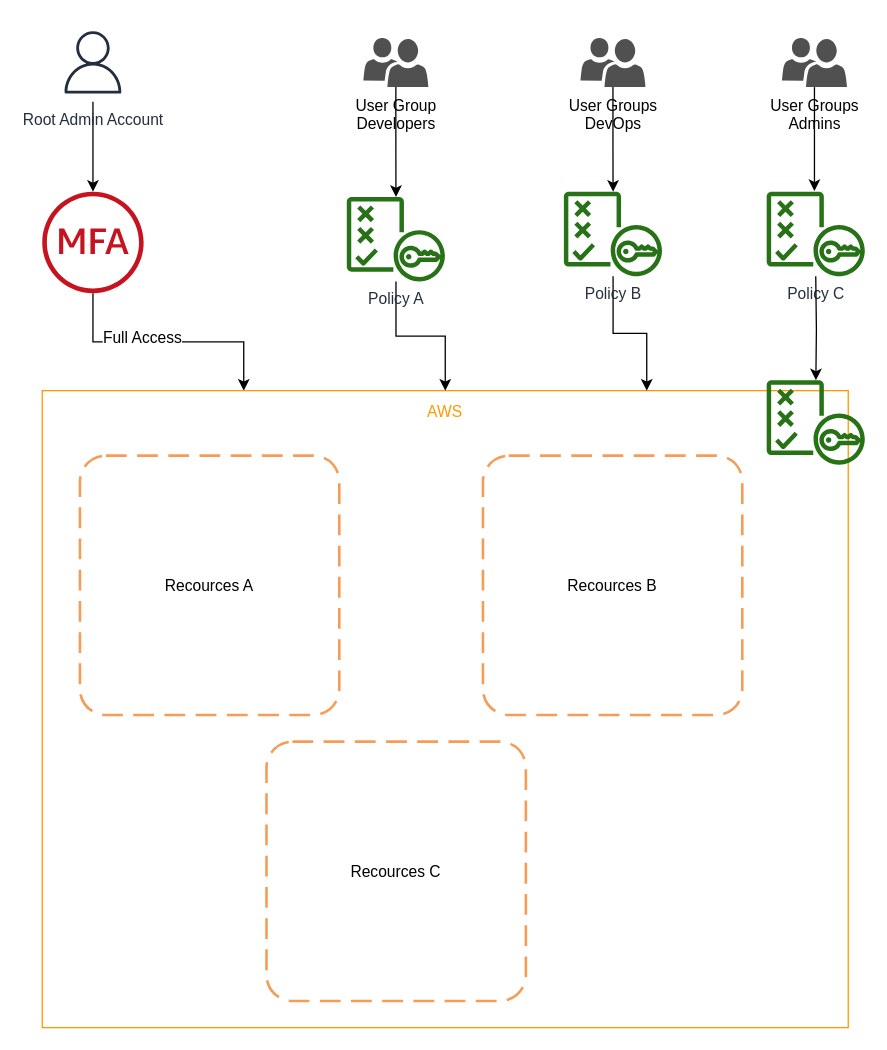
Before: IAM.drawio in pranabeshnath/ImageSearch, a draw.io diagram. Source tidied: cells renumbered, new cells numbered last; positions are measured from the earlier drawing's top-left corner, leaving out a move shared by most shapes. Both pictures are drawn from the tidied source at 130%, with x=0, y=0 at pixel (42, 23).
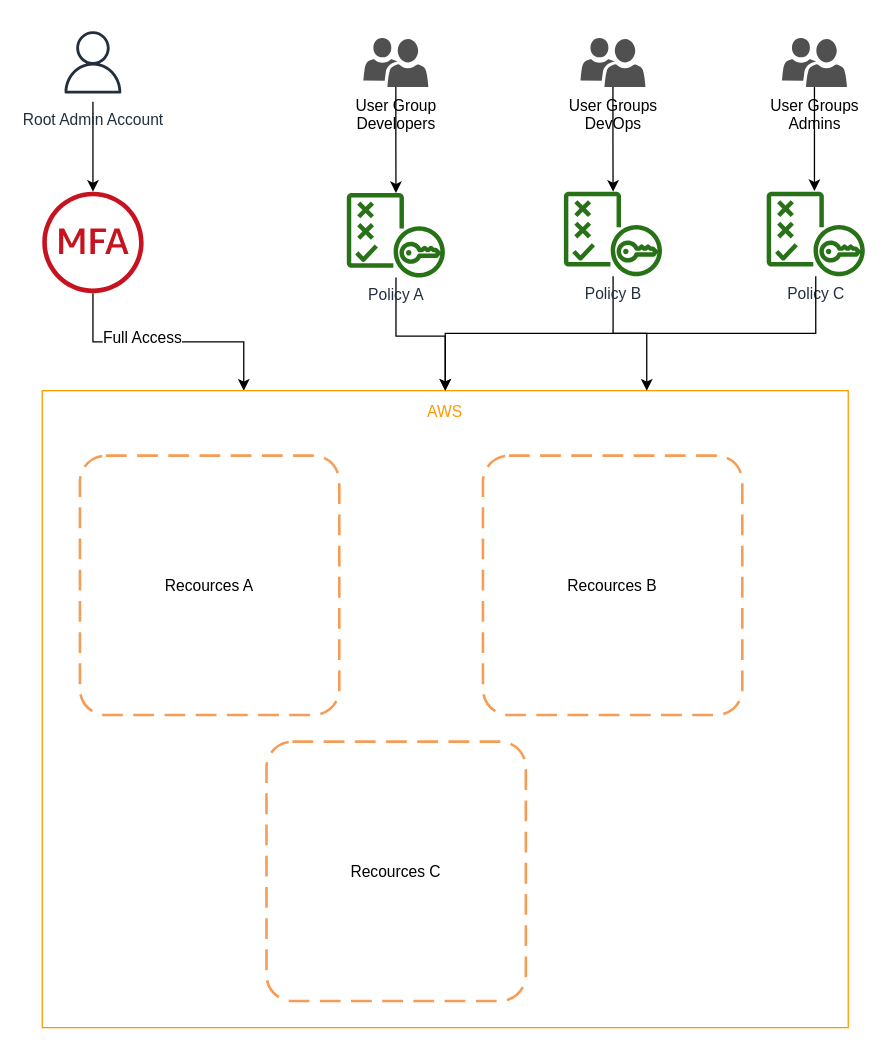
The same page after the edit.

Unchanged cells that the change refers to:
```xml
<mxCell id="9" value="AWS" style="outlineConnect=0;gradientColor=none;html=1;whiteSpace=wrap;fontSize=12;fontStyle=0;strokeColor=#FF9900;fillColor=none;verticalAlign=top;align=center;fontColor=#FF9900;dashed=0;spacingTop=3;" parent="1" vertex="1">
  <mxGeometry y="282" width="620" height="490" as="geometry" />
</mxCell>
```

The edit, as a diff of the source:
```diff
@@
     <mxCell id="17" style="edgeStyle=orthogonalEdgeStyle;rounded=0;jettySize=auto;html=1;" parent="1" edge="1" source="18" target="9">
-      <mxGeometry relative="1" as="geometry" />
+      <mxGeometry relative="1" as="geometry">
+        <Array as="points">
+          <mxPoint x="272" y="240" />
+          <mxPoint x="310" y="240" />
+        </Array>
+      </mxGeometry>
     </mxCell>
     <mxCell id="18" value="Policy A" style="outlineConnect=0;fontColor=#232F3E;gradientColor=none;fillColor=#277116;strokeColor=none;dashed=0;verticalLabelPosition=bottom;verticalAlign=top;align=center;html=1;fontSize=12;fontStyle=0;shape=mxgraph.aws4.policy;" parent="1" vertex="1">
-      <mxGeometry x="234" y="133" width="76" height="65" as="geometry" />
+      <mxGeometry x="234" y="130" width="76" height="65" as="geometry" />
     </mxCell>
@@
-    <mxCell id="22" style="edgeStyle=orthogonalEdgeStyle;rounded=0;jettySize=auto;html=1;" parent="1" edge="1" target="23">
+    <mxCell id="22" style="edgeStyle=orthogonalEdgeStyle;rounded=0;jettySize=auto;html=1;" parent="1" edge="1" target="9">
       <mxGeometry relative="1" as="geometry">
         <mxPoint x="595" y="194" as="sourcePoint" />
+        <Array as="points">
+          <mxPoint x="595" y="238" />
+          <mxPoint x="310" y="238" />
+        </Array>
       </mxGeometry>
     </mxCell>
-    <mxCell id="23" style="outlineConnect=0;fontColor=#232F3E;gradientColor=none;fillColor=#277116;strokeColor=none;dashed=0;verticalLabelPosition=bottom;verticalAlign=top;align=center;html=1;fontSize=12;fontStyle=0;shape=mxgraph.aws4.policy;" parent="1" vertex="1">
-      <mxGeometry x="557" y="274" width="76" height="65" as="geometry" />
-    </mxCell>
```
